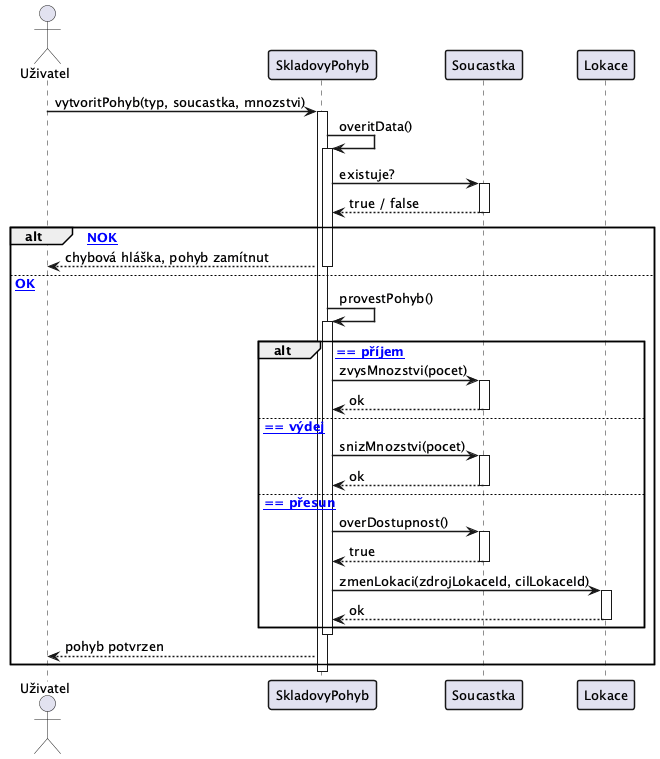
Before: docs/images/13_sequence_pohyb.png, a diagram exported from PlantUML (lkvapil/wms-elektronicke-soucastky).
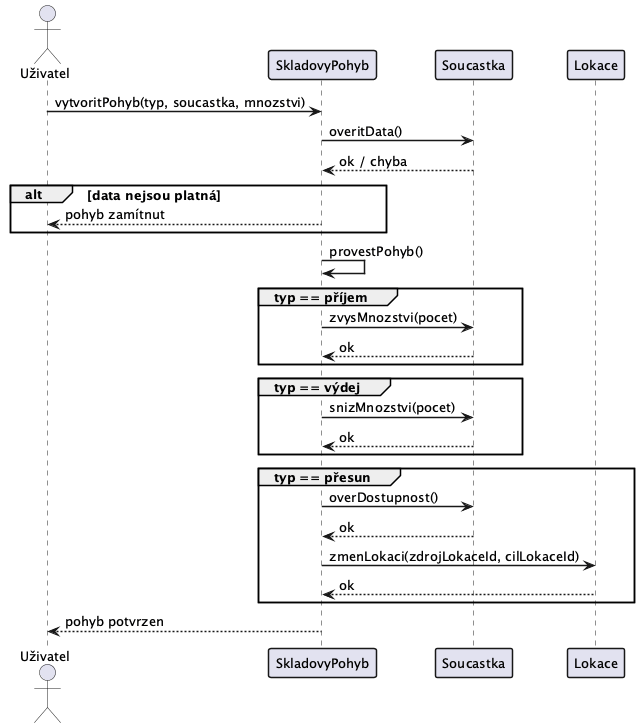
After the change.

Commit message:
docs: přepracování sekvenčního diagramu pro přehlednost

Diff of the diagram source:
```diff
@@ -2,6 +2,8 @@
 skinparam defaultFontSize 13
 skinparam sequenceArrowThickness 1.5
 skinparam sequenceParticipantBorderThickness 1.5
+skinparam sequenceGroupBorderThickness 1.5
+skinparam sequenceBoxBorderColor #888888
 
 actor "Uživatel" as Uzivatel
 participant "SkladovyPohyb" as Pohyb
@@ -9,50 +11,31 @@
 participant "Lokace" as Lokace
 
 Uzivatel -> Pohyb : vytvoritPohyb(typ, soucastka, mnozstvi)
-activate Pohyb
+Pohyb -> Soucastka : overitData()
+Soucastka --> Pohyb : ok / chyba
 
-Pohyb -> Pohyb : overitData()
-activate Pohyb
-
-Pohyb -> Soucastka : existuje?
-activate Soucastka
-Soucastka --> Pohyb : true / false
-deactivate Soucastka
-
-alt [data NOK]
-    Pohyb --> Uzivatel : chybová hláška, pohyb zamítnut
-else [data OK]
-    deactivate Pohyb
-
-    Pohyb -> Pohyb : provestPohyb()
-    activate Pohyb
-
-    alt [typ == příjem]
-        Pohyb -> Soucastka : zvysMnozstvi(pocet)
-        activate Soucastka
-        Soucastka --> Pohyb : ok
-        deactivate Soucastka
-
-    else [typ == výdej]
-        Pohyb -> Soucastka : snizMnozstvi(pocet)
-        activate Soucastka
-        Soucastka --> Pohyb : ok
-        deactivate Soucastka
-
-    else [typ == přesun]
-        Pohyb -> Soucastka : overDostupnost()
-        activate Soucastka
-        Soucastka --> Pohyb : true
-        deactivate Soucastka
-        Pohyb -> Lokace : zmenLokaci(zdrojLokaceId, cilLokaceId)
-        activate Lokace
-        Lokace --> Pohyb : ok
-        deactivate Lokace
-    end
-
-    deactivate Pohyb
-    Pohyb --> Uzivatel : pohyb potvrzen
+alt data nejsou platná
+    Pohyb --> Uzivatel : pohyb zamítnut
 end
 
-deactivate Pohyb
+Pohyb -> Pohyb : provestPohyb()
+
+group typ == příjem
+    Pohyb -> Soucastka : zvysMnozstvi(pocet)
+    Soucastka --> Pohyb : ok
+end
+
+group typ == výdej
+    Pohyb -> Soucastka : snizMnozstvi(pocet)
+    Soucastka --> Pohyb : ok
+end
+
+group typ == přesun
+    Pohyb -> Soucastka : overDostupnost()
+    Soucastka --> Pohyb : ok
+    Pohyb -> Lokace : zmenLokaci(zdrojLokaceId, cilLokaceId)
+    Lokace --> Pohyb : ok
+end
+
+Pohyb --> Uzivatel : pohyb potvrzen
 @enduml
```
